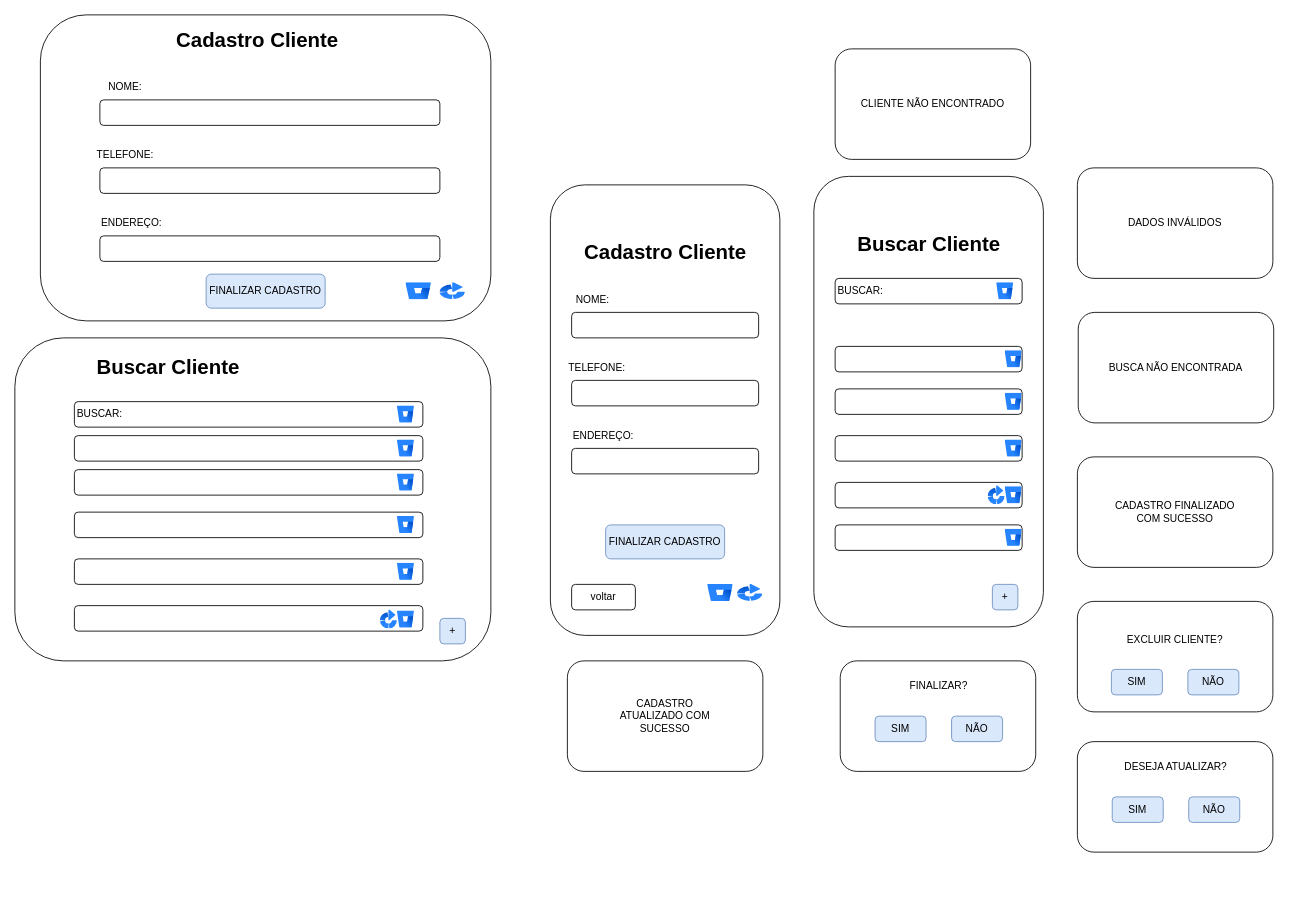
Earlier version of the draw.io diagram page "Página-1" (1 of 14) of DOC/tela.drawio (juliareis14/avatar.app). Source tidied: cells renumbered, new cells numbered last; positions are measured from the earlier drawing's top-left corner, leaving out a move shared by most shapes. Both pictures are drawn from the tidied source at 85%, with x=0, y=0 at pixel (14, 14).
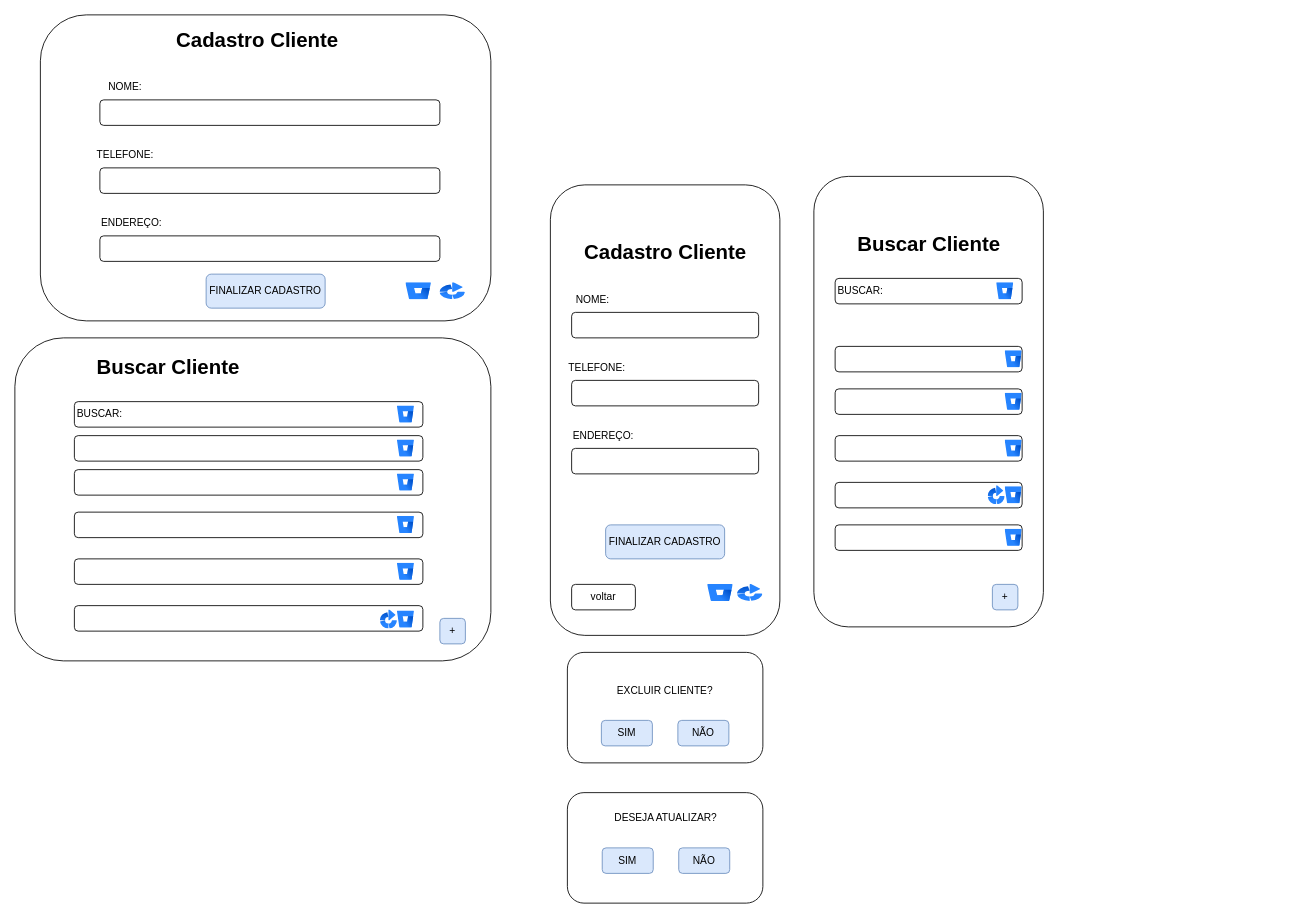
Above is the later version.

The edit, as a diff of the source:
```diff
@@
     <mxCell id="11" style="rounded=1;whiteSpace=wrap;html=1;" parent="1" vertex="1">
-      <mxGeometry x="1250" y="690" width="230" height="130" as="geometry" />
+      <mxGeometry x="650" y="750" width="230" height="130" as="geometry" />
     </mxCell>
     <mxCell id="12" value="SIM" style="rounded=1;whiteSpace=wrap;html=1;fillColor=#dae8fc;strokeColor=#6c8ebf;" parent="1" vertex="1">
-      <mxGeometry x="1290" y="770" width="60" height="30" as="geometry" />
+      <mxGeometry x="690" y="830" width="60" height="30" as="geometry" />
     </mxCell>
     <mxCell id="13" value="NÃO" style="rounded=1;whiteSpace=wrap;html=1;fillColor=#dae8fc;strokeColor=#6c8ebf;" parent="1" vertex="1">
-      <mxGeometry x="1380" y="770" width="60" height="30" as="geometry" />
+      <mxGeometry x="780" y="830" width="60" height="30" as="geometry" />
     </mxCell>
     <mxCell id="14" value="EXCLUIR CLIENTE?" style="text;html=1;align=center;verticalAlign=middle;whiteSpace=wrap;rounded=0;" parent="1" vertex="1">
-      <mxGeometry x="1300" y="720" width="130" height="30" as="geometry" />
+      <mxGeometry x="700" y="780" width="130" height="30" as="geometry" />
     </mxCell>
@@
-    <mxCell id="22" style="rounded=1;whiteSpace=wrap;html=1;" parent="1" vertex="1">
-      <mxGeometry x="1250" y="520" width="230" height="130" as="geometry" />
-    </mxCell>
-    <mxCell id="23" value="CADASTRO FINALIZADO&lt;div&gt;COM SUCESSO&lt;/div&gt;" style="text;html=1;align=center;verticalAlign=middle;whiteSpace=wrap;rounded=0;" parent="1" vertex="1">
-      <mxGeometry x="1290" y="550" width="150" height="70" as="geometry" />
-    </mxCell>
-    <mxCell id="24" style="rounded=1;whiteSpace=wrap;html=1;" parent="1" vertex="1">
-      <mxGeometry x="650" y="760" width="230" height="130" as="geometry" />
-    </mxCell>
-    <mxCell id="25" value="CADASTRO ATUALIZADO COM SUCESSO" style="text;html=1;align=center;verticalAlign=middle;whiteSpace=wrap;rounded=0;" parent="1" vertex="1">
-      <mxGeometry x="700" y="795" width="130" height="60" as="geometry" />
-    </mxCell>
-    <mxCell id="26" value="BUSCA NÃO ENCONTRADA" style="rounded=1;whiteSpace=wrap;html=1;" parent="1" vertex="1">
-      <mxGeometry x="1251" y="350" width="230" height="130" as="geometry" />
-    </mxCell>
@@
-    <mxCell id="39" value="DADOS INVÁLIDOS" style="rounded=1;whiteSpace=wrap;html=1;" parent="1" vertex="1">
-      <mxGeometry x="1250" y="180" width="230" height="130" as="geometry" />
-    </mxCell>
-    <mxCell id="40" style="rounded=1;whiteSpace=wrap;html=1;" parent="1" vertex="1">
-      <mxGeometry x="971" y="760" width="230" height="130" as="geometry" />
-    </mxCell>
-    <mxCell id="41" value="SIM" style="rounded=1;whiteSpace=wrap;html=1;fillColor=#dae8fc;strokeColor=#6c8ebf;" parent="1" vertex="1">
-      <mxGeometry x="1012" y="825" width="60" height="30" as="geometry" />
-    </mxCell>
-    <mxCell id="42" value="NÃO" style="rounded=1;whiteSpace=wrap;html=1;fillColor=#dae8fc;strokeColor=#6c8ebf;" parent="1" vertex="1">
-      <mxGeometry x="1102" y="825" width="60" height="30" as="geometry" />
-    </mxCell>
-    <mxCell id="43" value="FINALIZAR?" style="text;html=1;align=center;verticalAlign=middle;whiteSpace=wrap;rounded=0;" parent="1" vertex="1">
-      <mxGeometry x="1012" y="775" width="150" height="30" as="geometry" />
-    </mxCell>
     <mxCell id="44" style="rounded=1;whiteSpace=wrap;html=1;" parent="1" vertex="1">
-      <mxGeometry x="1250" y="855" width="230" height="130" as="geometry" />
+      <mxGeometry x="650" y="915" width="230" height="130" as="geometry" />
     </mxCell>
     <mxCell id="45" value="SIM" style="rounded=1;whiteSpace=wrap;html=1;fillColor=#dae8fc;strokeColor=#6c8ebf;" parent="1" vertex="1">
-      <mxGeometry x="1291" y="920" width="60" height="30" as="geometry" />
+      <mxGeometry x="691" y="980" width="60" height="30" as="geometry" />
     </mxCell>
     <mxCell id="46" value="NÃO" style="rounded=1;whiteSpace=wrap;html=1;fillColor=#dae8fc;strokeColor=#6c8ebf;" parent="1" vertex="1">
-      <mxGeometry x="1381" y="920" width="60" height="30" as="geometry" />
+      <mxGeometry x="781" y="980" width="60" height="30" as="geometry" />
     </mxCell>
     <mxCell id="47" value="DESEJA ATUALIZAR?" style="text;html=1;align=center;verticalAlign=middle;whiteSpace=wrap;rounded=0;" parent="1" vertex="1">
-      <mxGeometry x="1291" y="870" width="150" height="30" as="geometry" />
+      <mxGeometry x="691" y="930" width="150" height="30" as="geometry" />
     </mxCell>
-    <mxCell id="48" value="CLIENTE NÃO ENCONTRADO" style="rounded=1;whiteSpace=wrap;html=1;" parent="1" vertex="1">
-      <mxGeometry x="965" y="40" width="230" height="130" as="geometry" />
-    </mxCell>
```
